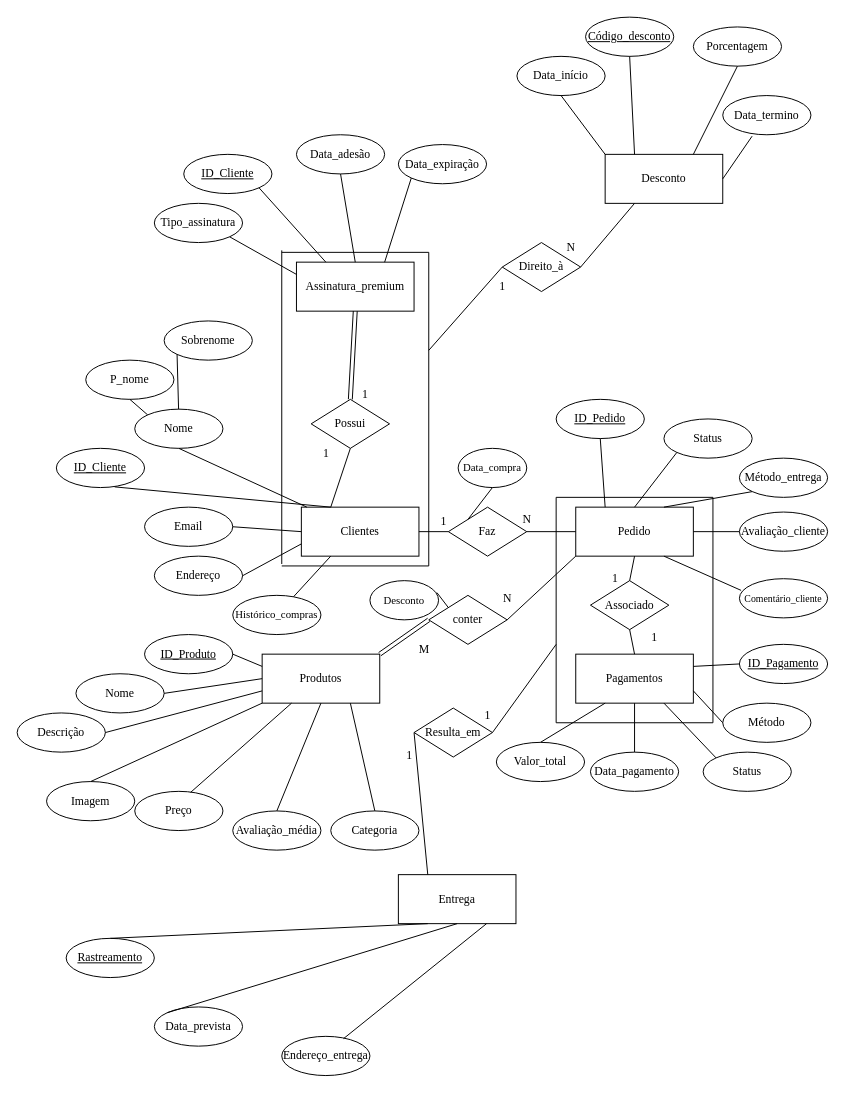
This is Diagrama/Banco de dados 1.drawio from Zhihang44/Banco-de-Dados-1, a draw.io file, before an edit. Source tidied: cells renumbered, new cells numbered last; positions are measured from the earlier drawing's top-left corner, leaving out a move shared by most shapes. Both pictures are drawn from the tidied source at 98%, with x=0, y=0 at pixel (17, 17).
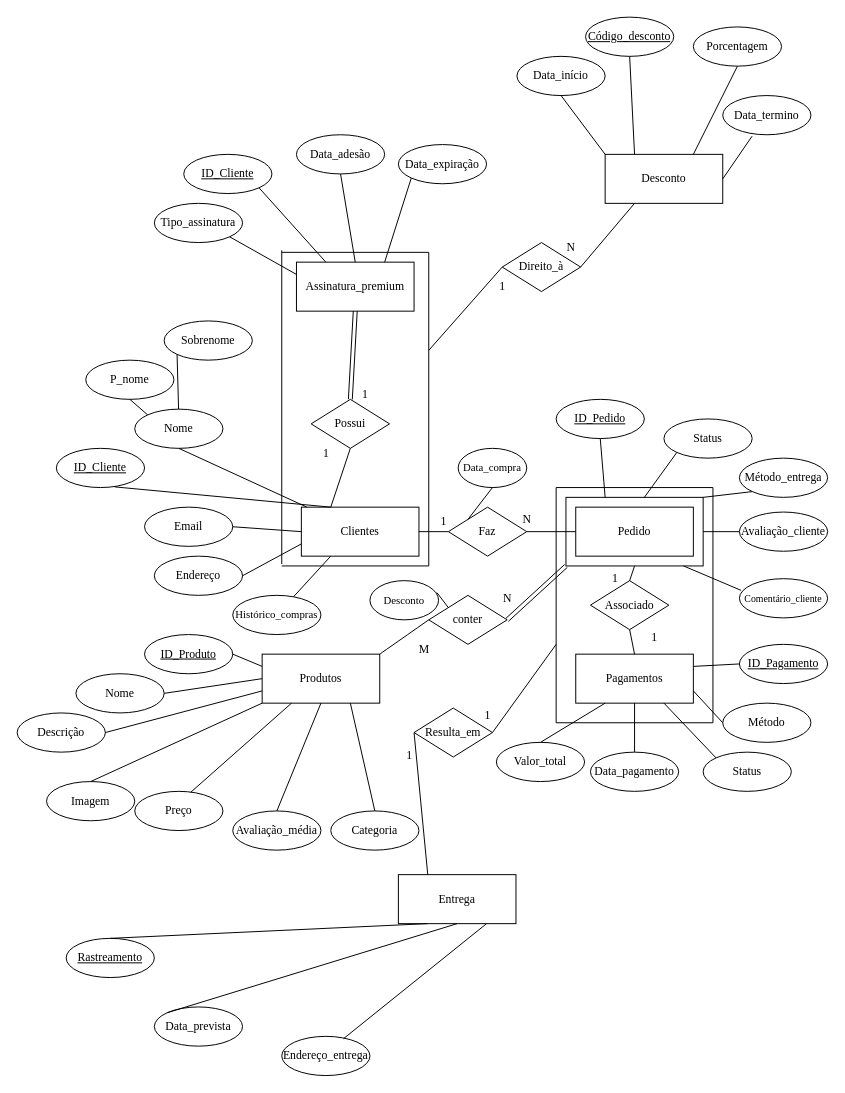
The same page after the edit.

The change refers to these unchanged cells:
```xml
<mxCell id="19" value="Pedido" style="rounded=0;whiteSpace=wrap;html=1;fontFamily=Times New Roman;" parent="1" vertex="1">
  <mxGeometry x="570" y="500" width="120" height="50" as="geometry" />
</mxCell>
<mxCell id="20" value="ID_Pedido" style="ellipse;whiteSpace=wrap;html=1;fontFamily=Times New Roman;fontStyle=4;" parent="1" vertex="1">
  <mxGeometry x="550" y="390" width="90" height="40" as="geometry" />
</mxCell>
<mxCell id="21" value="Status" style="ellipse;whiteSpace=wrap;html=1;fontFamily=Times New Roman;" parent="1" vertex="1">
  <mxGeometry x="660" y="410" width="90" height="40" as="geometry" />
</mxCell>
<mxCell id="22" value="Método_entrega" style="ellipse;whiteSpace=wrap;html=1;fontFamily=Times New Roman;" parent="1" vertex="1">
  <mxGeometry x="737" y="450" width="90" height="40" as="geometry" />
</mxCell>
<mxCell id="23" value="Avaliação_cliente" style="ellipse;whiteSpace=wrap;html=1;fontFamily=Times New Roman;" parent="1" vertex="1">
  <mxGeometry x="737" y="505" width="90" height="40" as="geometry" />
</mxCell>
<mxCell id="24" value="Comentário_cliente" style="ellipse;whiteSpace=wrap;html=1;fontFamily=Times New Roman;fontSize=10;" parent="1" vertex="1">
  <mxGeometry x="737" y="573" width="90" height="40" as="geometry" />
</mxCell>
<mxCell id="44" value="conter" style="rhombus;whiteSpace=wrap;html=1;fontFamily=Times New Roman;" parent="1" vertex="1">
  <mxGeometry x="420" y="590" width="80" height="50" as="geometry" />
</mxCell>
<mxCell id="45" value="Associado" style="rhombus;whiteSpace=wrap;html=1;fontFamily=Times New Roman;" parent="1" vertex="1">
  <mxGeometry x="585" y="575" width="80" height="50" as="geometry" />
</mxCell>
<mxCell id="53" value="Produtos" style="rounded=0;whiteSpace=wrap;html=1;fontFamily=Times New Roman;" parent="1" vertex="1">
  <mxGeometry x="250" y="650" width="120" height="50" as="geometry" />
</mxCell>
```

Diff of the diagram source:
```diff
@@
+    <mxCell id="123" style="rounded=0;whiteSpace=wrap;html=1;" parent="1" vertex="1">
+      <mxGeometry x="560" y="490" width="140" height="70" as="geometry" />
+    </mxCell>
@@
-    <mxCell id="28" style="endArrow=none;html=1;rounded=0;entryX=0.5;entryY=1;entryDx=0;entryDy=0;exitX=0.25;exitY=0;exitDx=0;exitDy=0;" parent="1" edge="1" source="19" target="20">
-      <mxGeometry relative="1" as="geometry" />
+    <mxCell id="28" style="endArrow=none;html=1;rounded=0;entryX=0.5;entryY=1;entryDx=0;entryDy=0;" parent="1" edge="1" target="20">
+      <mxGeometry relative="1" as="geometry">
+        <mxPoint x="600" y="490" as="sourcePoint" />
+      </mxGeometry>
     </mxCell>
-    <mxCell id="29" style="endArrow=none;html=1;rounded=0;entryX=0;entryY=1;entryDx=0;entryDy=0;exitX=0.5;exitY=0;exitDx=0;exitDy=0;" parent="1" edge="1" source="19" target="21">
-      <mxGeometry relative="1" as="geometry" />
+    <mxCell id="29" style="endArrow=none;html=1;rounded=0;entryX=0;entryY=1;entryDx=0;entryDy=0;" parent="1" edge="1" target="21">
+      <mxGeometry relative="1" as="geometry">
+        <mxPoint x="640" y="490" as="sourcePoint" />
+      </mxGeometry>
     </mxCell>
-    <mxCell id="30" style="endArrow=none;html=1;rounded=0;entryX=0;entryY=1;entryDx=0;entryDy=0;exitX=0.75;exitY=0;exitDx=0;exitDy=0;" parent="1" edge="1" source="19" target="22">
+    <mxCell id="30" style="endArrow=none;html=1;rounded=0;entryX=0;entryY=1;entryDx=0;entryDy=0;exitX=1;exitY=0;exitDx=0;exitDy=0;" parent="1" edge="1" source="123" target="22">
       <mxGeometry relative="1" as="geometry" />
     </mxCell>
-    <mxCell id="31" style="endArrow=none;html=1;rounded=0;entryX=0;entryY=0.5;entryDx=0;entryDy=0;exitX=1;exitY=0.5;exitDx=0;exitDy=0;" parent="1" edge="1" source="19" target="23">
-      <mxGeometry relative="1" as="geometry" />
+    <mxCell id="31" style="endArrow=none;html=1;rounded=0;entryX=0;entryY=0.5;entryDx=0;entryDy=0;" parent="1" edge="1" target="23">
+      <mxGeometry relative="1" as="geometry">
+        <mxPoint x="700" y="525" as="sourcePoint" />
+      </mxGeometry>
     </mxCell>
-    <mxCell id="32" style="endArrow=none;html=1;rounded=0;entryX=0.019;entryY=0.298;entryDx=0;entryDy=0;entryPerimeter=0;exitX=0.75;exitY=1;exitDx=0;exitDy=0;" parent="1" edge="1" source="19" target="24">
-      <mxGeometry relative="1" as="geometry" />
+    <mxCell id="32" style="endArrow=none;html=1;rounded=0;entryX=0.019;entryY=0.298;entryDx=0;entryDy=0;entryPerimeter=0;" parent="1" edge="1" target="24">
+      <mxGeometry relative="1" as="geometry">
+        <mxPoint x="680" y="560" as="sourcePoint" />
+      </mxGeometry>
     </mxCell>
@@
     <mxCell id="46" style="endArrow=none;html=1;rounded=0;" parent="1" edge="1">
       <mxGeometry relative="1" as="geometry">
         <mxPoint x="550" y="720" as="sourcePoint" />
-        <mxPoint x="550" y="490" as="targetPoint" />
+        <mxPoint x="550" y="480" as="targetPoint" />
       </mxGeometry>
     </mxCell>
@@
     <mxCell id="48" style="endArrow=none;html=1;rounded=0;" parent="1" edge="1">
       <mxGeometry relative="1" as="geometry">
-        <mxPoint x="710" y="490" as="sourcePoint" />
-        <mxPoint x="550" y="490" as="targetPoint" />
+        <mxPoint x="710" y="480" as="sourcePoint" />
+        <mxPoint x="550" y="480" as="targetPoint" />
       </mxGeometry>
     </mxCell>
     <mxCell id="49" style="endArrow=none;html=1;rounded=0;" parent="1" edge="1">
       <mxGeometry relative="1" as="geometry">
         <mxPoint x="710" y="720" as="sourcePoint" />
-        <mxPoint x="710" y="490" as="targetPoint" />
+        <mxPoint x="710" y="480" as="targetPoint" />
       </mxGeometry>
     </mxCell>
-    <mxCell id="50" style="endArrow=none;html=1;rounded=0;entryX=0.5;entryY=1;entryDx=0;entryDy=0;exitX=0.5;exitY=0;exitDx=0;exitDy=0;" parent="1" edge="1" source="45" target="19">
-      <mxGeometry relative="1" as="geometry" />
+    <mxCell id="50" style="endArrow=none;html=1;rounded=0;exitX=0.5;exitY=0;exitDx=0;exitDy=0;" parent="1" edge="1" source="45">
+      <mxGeometry relative="1" as="geometry">
+        <mxPoint x="630" y="560" as="targetPoint" />
+      </mxGeometry>
     </mxCell>
@@
-    <mxCell id="78" style="endArrow=none;html=1;rounded=0;entryX=0;entryY=1;entryDx=0;entryDy=0;exitX=1;exitY=0.5;exitDx=0;exitDy=0;" parent="1" edge="1" source="44" target="19">
-      <mxGeometry relative="1" as="geometry" />
-    </mxCell>
-    <mxCell id="79" style="shape=link;html=1;rounded=0;exitX=1;exitY=0;exitDx=0;exitDy=0;entryX=0;entryY=0.5;entryDx=0;entryDy=0;" parent="1" edge="1" source="53" target="44">
+    <mxCell id="79" style="shape=link;html=1;rounded=0;exitX=1;exitY=0.5;exitDx=0;exitDy=0;entryX=0;entryY=1;entryDx=0;entryDy=0;" parent="1" edge="1" source="44" target="123">
       <mxGeometry relative="1" as="geometry" />
     </mxCell>
@@
+    <mxCell id="124" style="endArrow=none;html=1;rounded=0;fontSize=12;startSize=8;endSize=8;curved=1;exitX=1;exitY=0;exitDx=0;exitDy=0;entryX=0;entryY=0.5;entryDx=0;entryDy=0;" parent="1" edge="1" source="53" target="44">
+      <mxGeometry relative="1" as="geometry" />
+    </mxCell>
```
